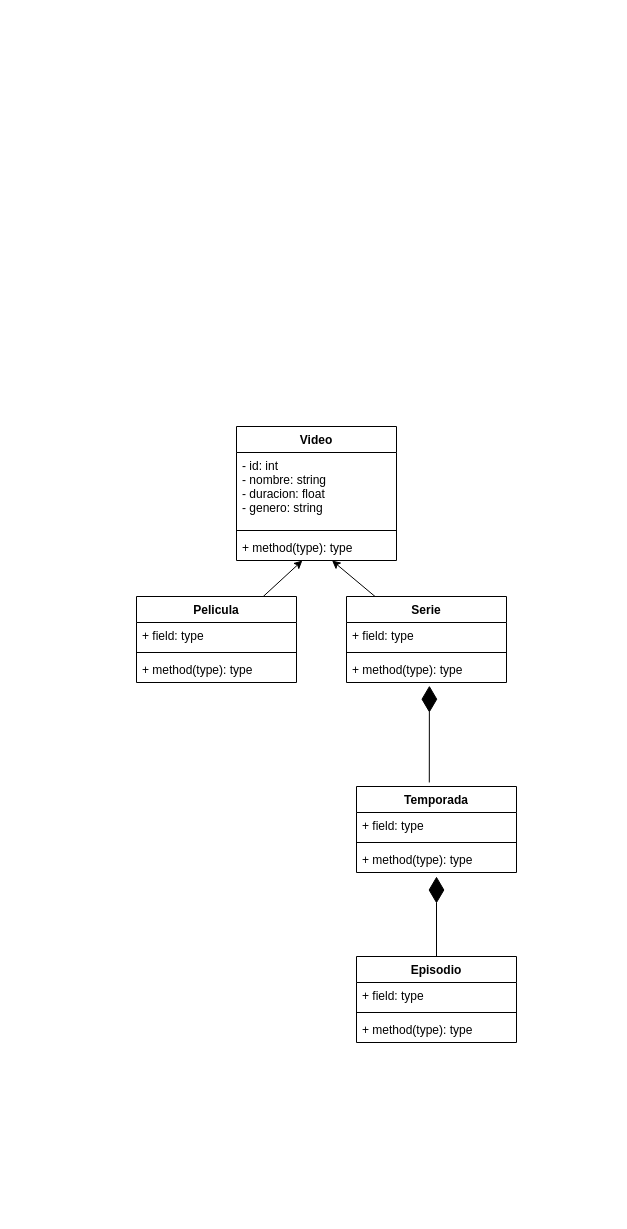
The draw.io diagram Segundo_semestre/ProyectoFinal/uml.drawio in celiphcephei/Uni, before the edit. Source tidied: cells renumbered, new cells numbered last; positions are measured from the earlier drawing's top-left corner, leaving out a move shared by most shapes. Both pictures are drawn from the tidied source at 100%, with x=0, y=0 at pixel (136, 426).
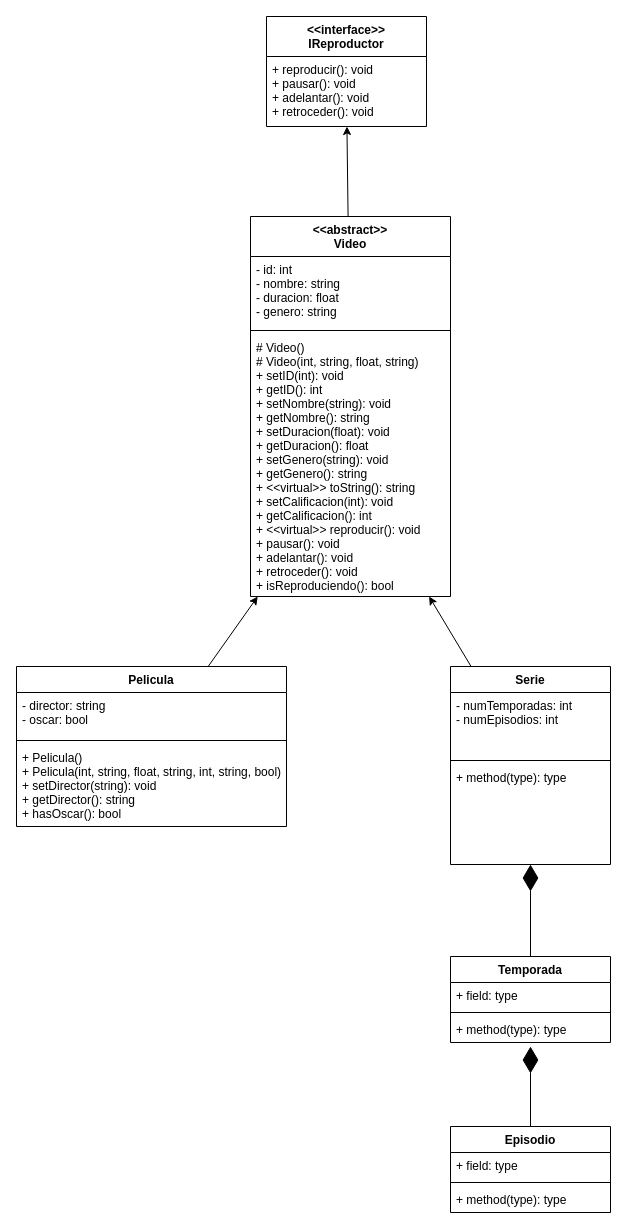
After the change.

What changed in the source:
```diff
@@
+    <mxCell id="26" style="edgeStyle=none;html=1;" parent="1" edge="1" source="2" target="28">
+      <mxGeometry relative="1" as="geometry" />
+    </mxCell>
-    <mxCell id="2" value="Video" style="swimlane;fontStyle=1;align=center;verticalAlign=top;horizontal=1;startSize=26;" parent="1" vertex="1">
-      <mxGeometry x="100" width="160" height="134" as="geometry" />
+    <mxCell id="2" value="&lt;&lt;abstract&gt;&gt;&#10;Video" style="swimlane;fontStyle=1;align=center;verticalAlign=top;horizontal=1;startSize=40;" parent="1" vertex="1">
+      <mxGeometry x="114" y="-210" width="200" height="380" as="geometry" />
     </mxCell>
     <mxCell id="3" value="- id: int&#10;- nombre: string&#10;- duracion: float&#10;- genero: string" style="text;strokeColor=none;fillColor=none;align=left;verticalAlign=top;spacingLeft=4;spacingRight=4;overflow=hidden;" parent="2" vertex="1">
-      <mxGeometry y="26" width="160" height="74" as="geometry" />
+      <mxGeometry y="40" width="200" height="70" as="geometry" />
     </mxCell>
     <mxCell id="4" style="line;strokeWidth=1;fillColor=none;align=left;verticalAlign=middle;spacingTop=-1;spacingLeft=3;spacingRight=3;labelPosition=right;strokeColor=inherit;" parent="2" vertex="1">
-      <mxGeometry y="100" width="160" height="8" as="geometry" />
+      <mxGeometry y="110" width="200" height="8" as="geometry" />
     </mxCell>
-    <mxCell id="5" value="+ method(type): type" style="text;strokeColor=none;fillColor=none;align=left;verticalAlign=top;spacingLeft=4;spacingRight=4;overflow=hidden;points=[[0,0.5],[1,0.5]];portConstraint=eastwest;" parent="2" vertex="1">
-      <mxGeometry y="108" width="160" height="26" as="geometry" />
+    <mxCell id="5" value="# Video()&#10;# Video(int, string, float, string)&#10;+ setID(int): void&#10;+ getID(): int&#10;+ setNombre(string): void&#10;+ getNombre(): string&#10;+ setDuracion(float): void&#10;+ getDuracion(): float&#10;+ setGenero(string): void&#10;+ getGenero(): string&#10;+ &lt;&lt;virtual&gt;&gt; toString(): string&#10;+ setCalificacion(int): void&#10;+ getCalificacion(): int&#10;+ &lt;&lt;virtual&gt;&gt; reproducir(): void&#10;+ pausar(): void&#10;+ adelantar(): void&#10;+ retroceder(): void&#10;+ isReproduciendo(): bool" style="text;strokeColor=none;fillColor=none;align=left;verticalAlign=top;spacingLeft=4;spacingRight=4;overflow=hidden;points=[[0,0.5],[1,0.5]];portConstraint=eastwest;" parent="2" vertex="1">
+      <mxGeometry y="118" width="200" height="262" as="geometry" />
     </mxCell>
@@
     <mxCell id="7" value="Serie" style="swimlane;fontStyle=1;align=center;verticalAlign=top;horizontal=1;startSize=26;" parent="1" vertex="1">
-      <mxGeometry x="210" y="170" width="160" height="86" as="geometry" />
+      <mxGeometry x="314" y="240" width="160" height="198" as="geometry" />
     </mxCell>
-    <mxCell id="8" value="+ field: type" style="text;strokeColor=none;fillColor=none;align=left;verticalAlign=top;spacingLeft=4;spacingRight=4;overflow=hidden;" parent="7" vertex="1">
-      <mxGeometry y="26" width="160" height="26" as="geometry" />
+    <mxCell id="8" value="- numTemporadas: int&#10;- numEpisodios: int" style="text;strokeColor=none;fillColor=none;align=left;verticalAlign=top;spacingLeft=4;spacingRight=4;overflow=hidden;" parent="7" vertex="1">
+      <mxGeometry y="26" width="160" height="64" as="geometry" />
     </mxCell>
     <mxCell id="9" style="line;strokeWidth=1;fillColor=none;align=left;verticalAlign=middle;spacingTop=-1;spacingLeft=3;spacingRight=3;labelPosition=right;strokeColor=inherit;" parent="7" vertex="1">
-      <mxGeometry y="52" width="160" height="8" as="geometry" />
+      <mxGeometry y="90" width="160" height="8" as="geometry" />
     </mxCell>
     <mxCell id="10" value="+ method(type): type" style="text;strokeColor=none;fillColor=none;align=left;verticalAlign=top;spacingLeft=4;spacingRight=4;overflow=hidden;points=[[0,0.5],[1,0.5]];portConstraint=eastwest;" parent="7" vertex="1">
-      <mxGeometry y="60" width="160" height="26" as="geometry" />
+      <mxGeometry y="98" width="160" height="100" as="geometry" />
     </mxCell>
@@
     <mxCell id="12" value="Pelicula" style="swimlane;fontStyle=1;align=center;verticalAlign=top;horizontal=1;startSize=26;" parent="1" vertex="1">
-      <mxGeometry y="170" width="160" height="86" as="geometry" />
+      <mxGeometry x="-120" y="240" width="270" height="160" as="geometry" />
     </mxCell>
-    <mxCell id="13" value="+ field: type" style="text;strokeColor=none;fillColor=none;align=left;verticalAlign=top;spacingLeft=4;spacingRight=4;overflow=hidden;" parent="12" vertex="1">
-      <mxGeometry y="26" width="160" height="26" as="geometry" />
+    <mxCell id="13" value="- director: string&#10;- oscar: bool" style="text;strokeColor=none;fillColor=none;align=left;verticalAlign=top;spacingLeft=4;spacingRight=4;overflow=hidden;" parent="12" vertex="1">
+      <mxGeometry y="26" width="270" height="44" as="geometry" />
     </mxCell>
     <mxCell id="14" style="line;strokeWidth=1;fillColor=none;align=left;verticalAlign=middle;spacingTop=-1;spacingLeft=3;spacingRight=3;labelPosition=right;strokeColor=inherit;" parent="12" vertex="1">
-      <mxGeometry y="52" width="160" height="8" as="geometry" />
+      <mxGeometry y="70" width="270" height="8" as="geometry" />
     </mxCell>
-    <mxCell id="15" value="+ method(type): type" style="text;strokeColor=none;fillColor=none;align=left;verticalAlign=top;spacingLeft=4;spacingRight=4;overflow=hidden;" parent="12" vertex="1">
-      <mxGeometry y="60" width="160" height="26" as="geometry" />
+    <mxCell id="15" value="+ Pelicula()&#10;+ Pelicula(int, string, float, string, int, string, bool)&#10;+ setDirector(string): void&#10;+ getDirector(): string&#10;+ hasOscar(): bool" style="text;strokeColor=none;fillColor=none;align=left;verticalAlign=top;spacingLeft=4;spacingRight=4;overflow=hidden;" parent="12" vertex="1">
+      <mxGeometry y="78" width="270" height="82" as="geometry" />
     </mxCell>
     <mxCell id="16" value="Temporada" style="swimlane;fontStyle=1;align=center;verticalAlign=top;horizontal=1;startSize=26;" parent="1" vertex="1">
-      <mxGeometry x="220" y="360" width="160" height="86" as="geometry" />
+      <mxGeometry x="314" y="530" width="160" height="86" as="geometry" />
     </mxCell>
@@
     <mxCell id="20" value="Episodio" style="swimlane;fontStyle=1;align=center;verticalAlign=top;horizontal=1;startSize=26;" parent="1" vertex="1">
-      <mxGeometry x="220" y="530" width="160" height="86" as="geometry" />
+      <mxGeometry x="314" y="700" width="160" height="86" as="geometry" />
     </mxCell>
@@
-    <mxCell id="25" style="endArrow=diamondThin;endFill=1;endSize=24;html=1;exitX=0.455;exitY=-0.047;exitDx=0;exitDy=0;exitPerimeter=0;entryX=0.518;entryY=1.123;entryDx=0;entryDy=0;entryPerimeter=0;" parent="1" edge="1" source="16" target="10">
+    <mxCell id="25" style="endArrow=diamondThin;endFill=1;endSize=24;html=1;exitX=0.5;exitY=0;exitDx=0;exitDy=0;" parent="1" edge="1" source="16" target="10">
       <mxGeometry relative="1" as="geometry" />
     </mxCell>
+    <mxCell id="27" value="&lt;&lt;interface&gt;&gt;&#10;IReproductor" style="swimlane;fontStyle=1;align=center;verticalAlign=top;horizontal=1;startSize=40;" parent="1" vertex="1">
+      <mxGeometry x="130" y="-410" width="160" height="110" as="geometry" />
+    </mxCell>
+    <mxCell id="28" value="+ reproducir(): void&#10;+ pausar(): void&#10;+ adelantar(): void&#10;+ retroceder(): void" style="text;strokeColor=none;fillColor=none;align=left;verticalAlign=top;spacingLeft=4;spacingRight=4;overflow=hidden;points=[[0,0.5],[1,0.5]];portConstraint=eastwest;" parent="27" vertex="1">
+      <mxGeometry y="40" width="160" height="70" as="geometry" />
+    </mxCell>
```
